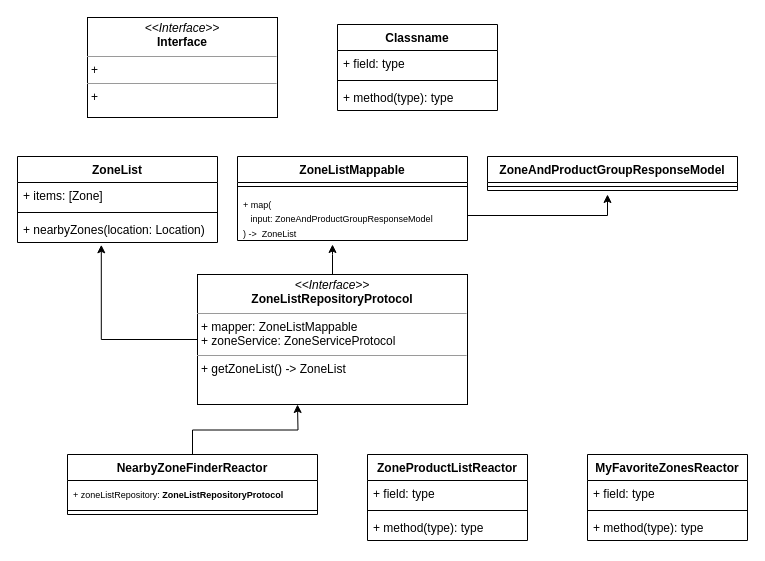
The draw.io diagram Cars.drawio in gookhee/diagrams, before the edit. Source tidied: cells renumbered, new cells numbered last; positions are measured from the earlier drawing's top-left corner, leaving out a move shared by most shapes. Both pictures are drawn from the tidied source at 100%, with x=0, y=0 at pixel (17, 17).
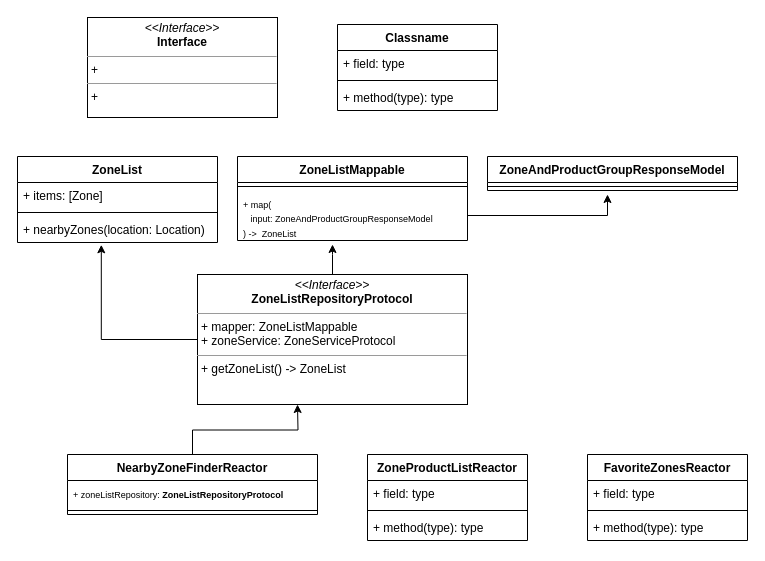
After the change.

Change to the diagram source:
```diff
@@
-    <mxCell id="15" value="MyFavoriteZonesReactor" style="swimlane;fontStyle=1;align=center;verticalAlign=top;horizontal=1;startSize=26;whiteSpace=wrap;html=1;" parent="1" vertex="1">
+    <mxCell id="15" value="FavoriteZonesReactor" style="swimlane;fontStyle=1;align=center;verticalAlign=top;horizontal=1;startSize=26;whiteSpace=wrap;html=1;" parent="1" vertex="1">
       <mxGeometry x="570" y="437" width="160" height="86" as="geometry" />
     </mxCell>
```
